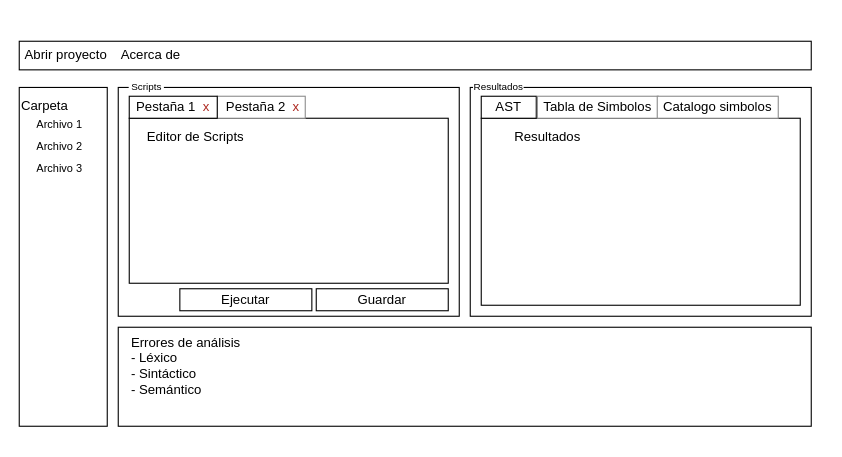
The draw.io diagram Maqueta de aplicacion.drawio in Jbrod5/PL-pgSQL, before the edit. Source tidied: cells renumbered, new cells numbered last; positions are measured from the earlier drawing's top-left corner, leaving out a move shared by most shapes. Both pictures are drawn from the tidied source at 110%, with x=0, y=0 at pixel (19, 41).
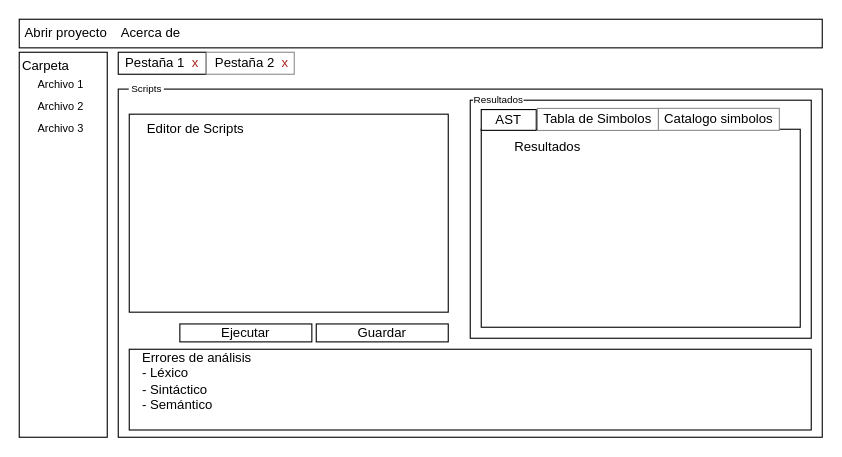
Above is the later version.

What changed in the source:
```diff
@@
     <mxCell id="2" style="rounded=0;whiteSpace=wrap;html=1;" parent="1" vertex="1">
-      <mxGeometry y="42" width="80" height="308" as="geometry" />
+      <mxGeometry y="10" width="80" height="350" as="geometry" />
     </mxCell>
     <mxCell id="3" style="group;" parent="1" vertex="1">
-      <mxGeometry x="100" y="50" width="300" height="200" as="geometry" />
+      <mxGeometry x="100" y="50" width="630" height="310" as="geometry" />
     </mxCell>
     <mxCell id="4" style="group;" parent="3" vertex="1">
-      <mxGeometry y="20" width="300" height="180" as="geometry" />
+      <mxGeometry y="16.3" width="630" height="293.7" as="geometry" />
     </mxCell>
     <mxCell id="5" style="rounded=0;whiteSpace=wrap;html=1;" parent="4" vertex="1">
-      <mxGeometry x="-10" y="-28" width="310" height="208" as="geometry" />
+      <mxGeometry x="-10" y="-22.8" width="640" height="316.5" as="geometry" />
     </mxCell>
     <mxCell id="6" value="&lt;pre&gt;&lt;br&gt;&lt;/pre&gt;" style="rounded=0;whiteSpace=wrap;html=1;align=left;" parent="4" vertex="1">
-      <mxGeometry width="290" height="150" as="geometry" />
+      <mxGeometry width="290" height="180" as="geometry" />
     </mxCell>
     <mxCell id="7" value="&lt;font face=&quot;Victor Mono&quot;&gt;Editor de Scripts&lt;/font&gt;" style="text;html=1;align=center;verticalAlign=middle;whiteSpace=wrap;rounded=0;" parent="4" vertex="1">
-      <mxGeometry x="2" y="2" width="117" height="30" as="geometry" />
+      <mxGeometry x="2" y="1.6" width="117" height="24.5" as="geometry" />
     </mxCell>
     <mxCell id="8" value="&lt;span style=&quot;background-color: light-dark(rgb(255, 255, 255), rgb(237, 237, 237));&quot;&gt;&lt;font style=&quot;font-size: 9px;&quot;&gt;&amp;nbsp;Scripts&amp;nbsp;&lt;/font&gt;&lt;/span&gt;" style="text;html=1;align=center;verticalAlign=middle;whiteSpace=wrap;rounded=0;" parent="4" vertex="1">
-      <mxGeometry x="-14" y="-44" width="60" height="30" as="geometry" />
+      <mxGeometry x="-14" y="-35.9" width="60" height="24.5" as="geometry" />
     </mxCell>
     <mxCell id="9" value="Ejecutar" style="rounded=0;whiteSpace=wrap;html=1;" parent="4" vertex="1">
-      <mxGeometry x="46" y="155" width="120" height="20" as="geometry" />
+      <mxGeometry x="46" y="190.7" width="120" height="16.3" as="geometry" />
     </mxCell>
     <mxCell id="10" value="Guardar" style="rounded=0;whiteSpace=wrap;html=1;" parent="4" vertex="1">
-      <mxGeometry x="170" y="155" width="120" height="20" as="geometry" />
+      <mxGeometry x="170" y="190.7" width="120" height="16.3" as="geometry" />
     </mxCell>
-    <mxCell id="11" value="&amp;nbsp;Pestaña 2&amp;nbsp; &lt;font style=&quot;color: rgb(173, 40, 32);&quot;&gt;x&lt;/font&gt;" style="rounded=0;whiteSpace=wrap;html=1;strokeColor=#8C8C8C;" parent="3" vertex="1">
-      <mxGeometry x="80" width="80" height="20" as="geometry" />
-    </mxCell>
-    <mxCell id="12" value="Pestaña 1&amp;nbsp; &lt;font style=&quot;color: rgb(173, 40, 32);&quot;&gt;x&lt;/font&gt;" style="rounded=0;whiteSpace=wrap;html=1;" parent="3" vertex="1">
-      <mxGeometry width="80" height="20" as="geometry" />
-    </mxCell>
+    <mxCell id="28" style="group;" parent="4" vertex="1">
+      <mxGeometry y="213.7" width="630" height="73.4" as="geometry" />
+    </mxCell>
+    <mxCell id="21" style="rounded=0;whiteSpace=wrap;html=1;" parent="28" vertex="1">
+      <mxGeometry width="620" height="73.4" as="geometry" />
+    </mxCell>
+    <mxCell id="22" value="&lt;font face=&quot;Victor Mono&quot;&gt;Errores de análisis&lt;/font&gt;&lt;div&gt;&lt;font face=&quot;Victor Mono&quot;&gt;- Léxico&lt;/font&gt;&lt;/div&gt;&lt;div&gt;&lt;font face=&quot;Victor Mono&quot;&gt;- Sintáctico&lt;/font&gt;&lt;/div&gt;&lt;div&gt;&lt;font face=&quot;Victor Mono&quot;&gt;- Semántico&lt;/font&gt;&lt;/div&gt;" style="text;html=1;align=left;verticalAlign=middle;whiteSpace=wrap;rounded=0;" parent="28" vertex="1">
+      <mxGeometry x="10" y="8.2" width="220" height="40.8" as="geometry" />
+    </mxCell>
     <mxCell id="13" style="group;" parent="1" vertex="1">
-      <mxGeometry x="420" y="70" width="300" height="180" as="geometry" />
+      <mxGeometry x="420" y="80" width="300" height="190" as="geometry" />
     </mxCell>
     <mxCell id="14" style="rounded=0;whiteSpace=wrap;html=1;" parent="13" vertex="1">
-      <mxGeometry x="-10" y="-28" width="310" height="208" as="geometry" />
+      <mxGeometry x="-10" y="-26.4" width="310" height="216.4" as="geometry" />
     </mxCell>
     <mxCell id="15" value="&lt;pre&gt;&lt;br&gt;&lt;/pre&gt;" style="rounded=0;whiteSpace=wrap;html=1;align=left;" parent="13" vertex="1">
-      <mxGeometry width="290" height="170" as="geometry" />
+      <mxGeometry width="290" height="180" as="geometry" />
     </mxCell>
     <mxCell id="16" value="&lt;font face=&quot;Victor Mono&quot;&gt;Resultados&lt;/font&gt;" style="text;html=1;align=center;verticalAlign=middle;whiteSpace=wrap;rounded=0;" parent="13" vertex="1">
-      <mxGeometry x="2" y="2" width="117" height="30" as="geometry" />
+      <mxGeometry x="2" y="1.9" width="117" height="28.3" as="geometry" />
     </mxCell>
     <mxCell id="17" value="&lt;span style=&quot;background-color: light-dark(rgb(255, 255, 255), rgb(237, 237, 237));&quot;&gt;&lt;font style=&quot;font-size: 9px;&quot;&gt;Resultados&lt;/font&gt;&lt;/span&gt;" style="text;html=1;align=center;verticalAlign=middle;whiteSpace=wrap;rounded=0;" parent="13" vertex="1">
-      <mxGeometry x="-14" y="-44" width="60" height="30" as="geometry" />
+      <mxGeometry x="-14" y="-41.6" width="60" height="28.3" as="geometry" />
     </mxCell>
     <mxCell id="18" value="AST" style="rounded=0;whiteSpace=wrap;html=1;" parent="13" vertex="1">
-      <mxGeometry y="-20" width="50" height="20" as="geometry" />
+      <mxGeometry y="-17.9" width="50" height="18.9" as="geometry" />
     </mxCell>
-    <mxCell id="19" value="Tabla de Simbolos" style="rounded=0;whiteSpace=wrap;html=1;strokeColor=#8C8C8C;" parent="1" vertex="1">
-      <mxGeometry x="471" y="50" width="110" height="20" as="geometry" />
-    </mxCell>
-    <mxCell id="20" value="Catalogo simbolos" style="rounded=0;whiteSpace=wrap;html=1;strokeColor=#8C8C8C;" parent="1" vertex="1">
-      <mxGeometry x="580" y="50" width="110" height="20" as="geometry" />
+    <mxCell id="20" value="Catalogo simbolos" style="rounded=0;whiteSpace=wrap;html=1;strokeColor=#8C8C8C;" parent="13" vertex="1">
+      <mxGeometry x="161" y="-19" width="110" height="20" as="geometry" />
     </mxCell>
-    <mxCell id="21" style="rounded=0;whiteSpace=wrap;html=1;" parent="1" vertex="1">
-      <mxGeometry x="90" y="260" width="630" height="90" as="geometry" />
-    </mxCell>
-    <mxCell id="22" value="&lt;font face=&quot;Victor Mono&quot;&gt;Errores de análisis&lt;/font&gt;&lt;div&gt;&lt;font face=&quot;Victor Mono&quot;&gt;- Léxico&lt;/font&gt;&lt;/div&gt;&lt;div&gt;&lt;font face=&quot;Victor Mono&quot;&gt;- Sintáctico&lt;/font&gt;&lt;/div&gt;&lt;div&gt;&lt;font face=&quot;Victor Mono&quot;&gt;- Semántico&lt;/font&gt;&lt;/div&gt;" style="text;html=1;align=left;verticalAlign=middle;whiteSpace=wrap;rounded=0;" parent="1" vertex="1">
-      <mxGeometry x="100" y="270" width="220" height="50" as="geometry" />
-    </mxCell>
     <mxCell id="23" value="&lt;font style=&quot;font-size: 10px;&quot;&gt;Archivo 1&lt;/font&gt;" style="text;strokeColor=none;fillColor=none;align=left;verticalAlign=middle;spacingLeft=4;spacingRight=4;overflow=hidden;whiteSpace=wrap;html=1;" parent="1" vertex="1">
-      <mxGeometry x="10" y="60" width="60" height="30" as="geometry" />
+      <mxGeometry x="11" y="24" width="60" height="30" as="geometry" />
     </mxCell>
     <mxCell id="24" value="&lt;font style=&quot;font-size: 10px;&quot;&gt;Archivo 2&lt;/font&gt;" style="text;strokeColor=none;fillColor=none;align=left;verticalAlign=middle;spacingLeft=4;spacingRight=4;overflow=hidden;whiteSpace=wrap;html=1;" parent="1" vertex="1">
-      <mxGeometry x="10" y="80" width="60" height="30" as="geometry" />
+      <mxGeometry x="11" y="44" width="60" height="30" as="geometry" />
     </mxCell>
     <mxCell id="25" value="&lt;font style=&quot;font-size: 10px;&quot;&gt;Archivo 3&lt;/font&gt;" style="text;strokeColor=none;fillColor=none;align=left;verticalAlign=middle;spacingLeft=4;spacingRight=4;overflow=hidden;whiteSpace=wrap;html=1;" parent="1" vertex="1">
-      <mxGeometry x="10" y="100" width="60" height="30" as="geometry" />
+      <mxGeometry x="11" y="64" width="60" height="30" as="geometry" />
     </mxCell>
     <mxCell id="26" value="Carpeta&amp;nbsp;&amp;nbsp;" style="text;html=1;align=left;verticalAlign=middle;whiteSpace=wrap;rounded=0;" parent="1" vertex="1">
-      <mxGeometry y="50" width="60" height="18" as="geometry" />
+      <mxGeometry x="1" y="14" width="60" height="18" as="geometry" />
     </mxCell>
     <mxCell id="27" value="&amp;nbsp;Abrir proyecto&amp;nbsp; &amp;nbsp; Acerca de&amp;nbsp;" style="rounded=0;whiteSpace=wrap;html=1;align=left;" parent="1" vertex="1">
-      <mxGeometry width="720" height="26" as="geometry" />
+      <mxGeometry y="-20" width="730" height="26" as="geometry" />
     </mxCell>
+    <mxCell id="12" value="Pestaña 1&amp;nbsp; &lt;font style=&quot;color: rgb(173, 40, 32);&quot;&gt;x&lt;/font&gt;" style="rounded=0;whiteSpace=wrap;html=1;" parent="1" vertex="1">
+      <mxGeometry x="90" y="10" width="80" height="20" as="geometry" />
+    </mxCell>
+    <mxCell id="11" value="&amp;nbsp;Pestaña 2&amp;nbsp; &lt;font style=&quot;color: rgb(173, 40, 32);&quot;&gt;x&lt;/font&gt;" style="rounded=0;whiteSpace=wrap;html=1;strokeColor=#8C8C8C;" parent="1" vertex="1">
+      <mxGeometry x="170" y="10" width="80" height="20" as="geometry" />
+    </mxCell>
+    <mxCell id="19" value="Tabla de Simbolos" style="rounded=0;whiteSpace=wrap;html=1;strokeColor=#8C8C8C;" parent="1" vertex="1">
+      <mxGeometry x="471" y="61.1" width="110" height="20" as="geometry" />
+    </mxCell>
```
